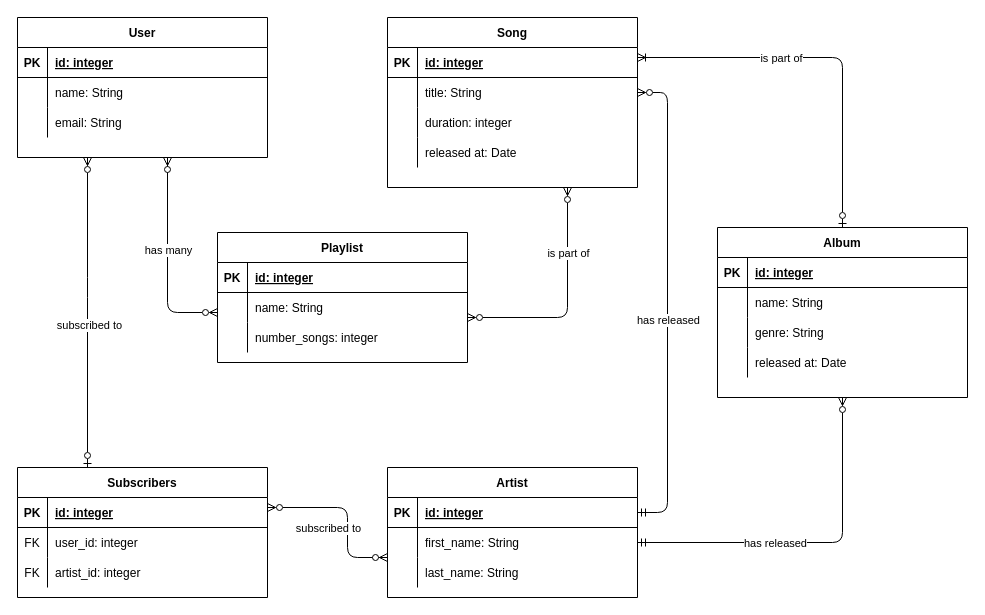
The draw.io diagram erd.drawio in SBakanow/hhn-db1-memeql, before the edit. Source tidied: cells renumbered, new cells numbered last; positions are measured from the earlier drawing's top-left corner, leaving out a move shared by most shapes. Both pictures are drawn from the tidied source at 100%, with x=0, y=0 at pixel (17, 17).
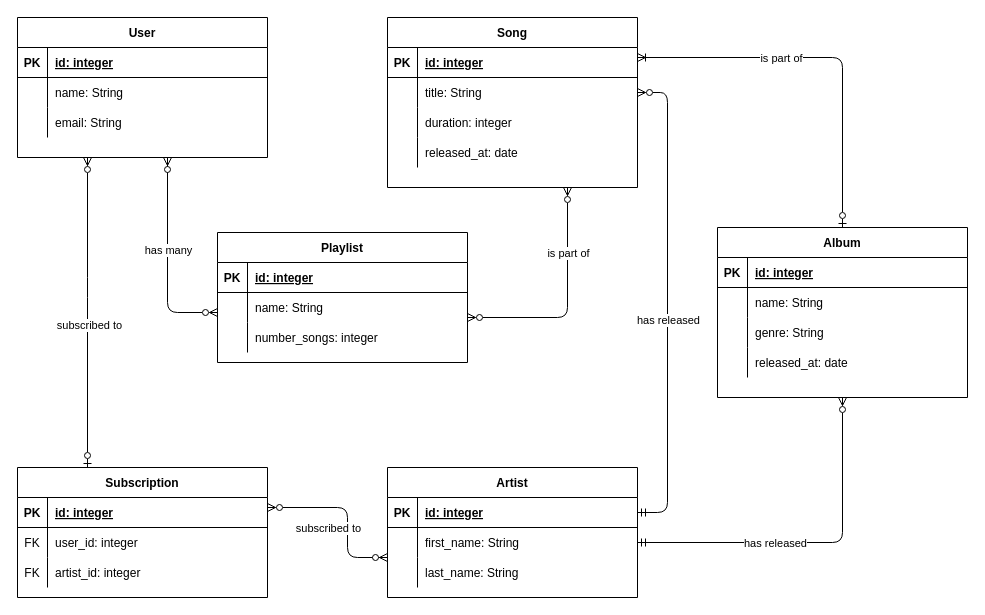
Above is the later version.

Unchanged cells that the change refers to:
```xml
<mxCell id="14" style="shape=partialRectangle;fillColor=none;top=0;left=0;right=0;bottom=0;" parent="4" vertex="1">
  <mxGeometry y="120" width="250" height="30" as="geometry" />
</mxCell>
<mxCell id="75" style="shape=partialRectangle;fillColor=none;top=0;left=0;right=0;bottom=0;" parent="65" vertex="1">
  <mxGeometry y="120" width="250" height="30" as="geometry" />
</mxCell>
```

Change to the diagram source:
```diff
@@
-    <mxCell id="16" value="released at: Date" style="shape=partialRectangle;overflow=hidden;fillColor=none;top=0;left=0;bottom=0;right=0;align=left;spacingLeft=6;" parent="14" vertex="1">
+    <mxCell id="16" value="released_at: date" style="shape=partialRectangle;overflow=hidden;fillColor=none;top=0;left=0;bottom=0;right=0;align=left;spacingLeft=6;" parent="14" vertex="1">
       <mxGeometry x="30" width="220" height="30" as="geometry" />
     </mxCell>
@@
-    <mxCell id="47" value="Subscribers" style="shape=table;startSize=30;childLayout=tableLayout;rowLines=0;fontStyle=1;align=center;" parent="1" vertex="1">
+    <mxCell id="47" value="Subscription" style="shape=table;startSize=30;childLayout=tableLayout;rowLines=0;fontStyle=1;align=center;" parent="1" vertex="1">
       <mxGeometry y="450" width="250" height="130" as="geometry" />
     </mxCell>
@@
-    <mxCell id="77" value="released at: Date" style="shape=partialRectangle;overflow=hidden;fillColor=none;top=0;left=0;bottom=0;right=0;align=left;spacingLeft=6;" parent="75" vertex="1">
+    <mxCell id="77" value="released_at: date" style="shape=partialRectangle;overflow=hidden;fillColor=none;top=0;left=0;bottom=0;right=0;align=left;spacingLeft=6;" parent="75" vertex="1">
       <mxGeometry x="30" width="220" height="30" as="geometry" />
     </mxCell>
```
